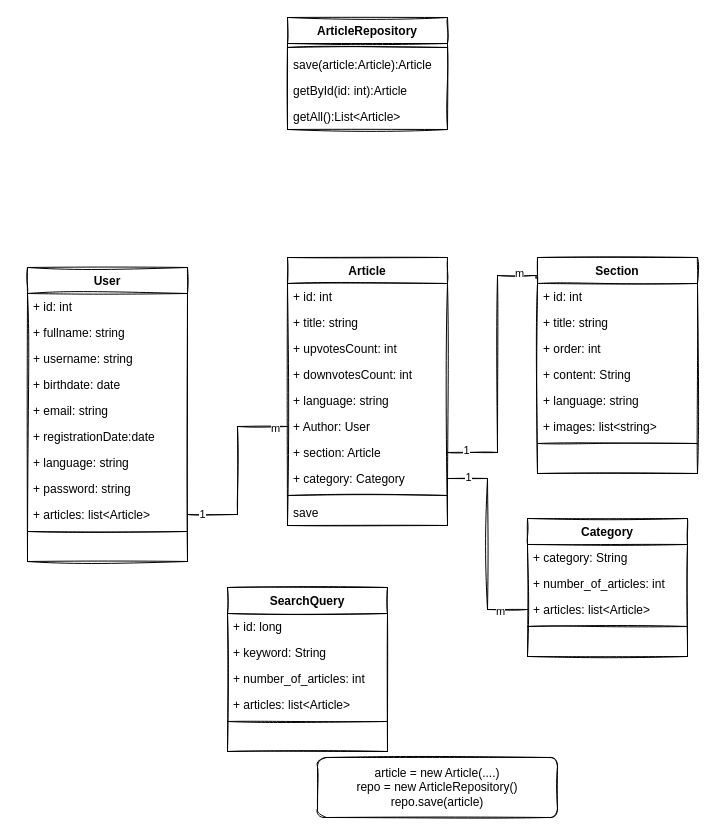
The draw.io diagram page "Class Digram" (3 of 3) of Untitled Diagram.drawio in mosup16/wikiwiki-swe-project-digrams, before the edit. Source tidied: cells renumbered, new cells numbered last; positions are measured from the earlier drawing's top-left corner, leaving out a move shared by most shapes. Both pictures are drawn from the tidied source at 100%, with x=0, y=0 at pixel (27, 17).
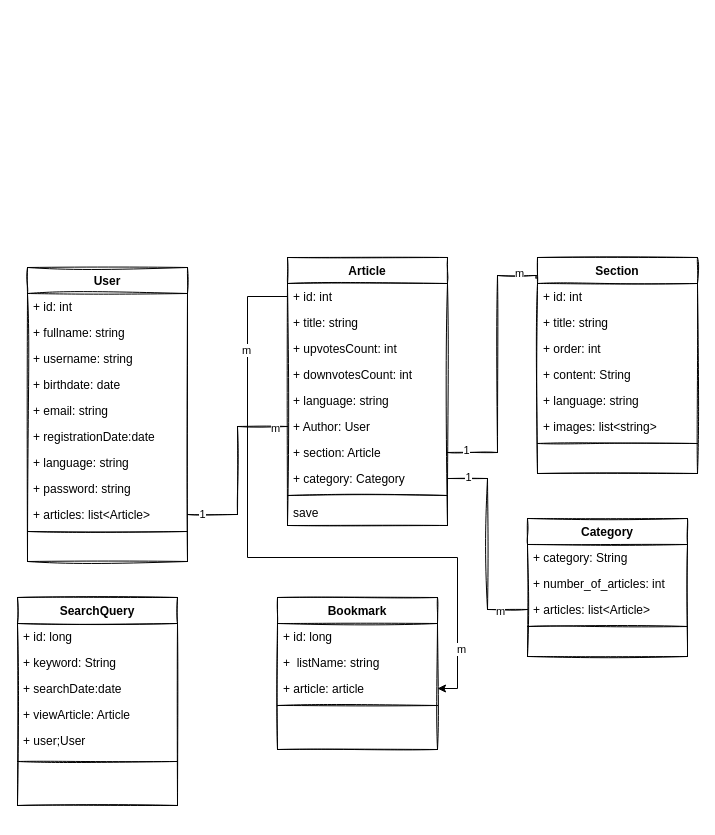
The same diagram, later.

The change refers to these unchanged cells:
```xml
<mxCell id="15" value="+ id: int" style="text;strokeColor=none;fillColor=none;align=left;verticalAlign=top;spacingLeft=4;spacingRight=4;overflow=hidden;points=[[0,0.5],[1,0.5]];portConstraint=eastwest;sketch=1;" parent="14" vertex="1">
  <mxGeometry y="26" width="160" height="26" as="geometry" />
</mxCell>
```

Diff of the diagram source:
```diff
@@
     <mxCell id="49" value="SearchQuery" style="swimlane;fontStyle=1;align=center;verticalAlign=top;horizontal=1;startSize=26;sketch=1;" parent="1" vertex="1">
-      <mxGeometry x="200" y="570" width="160" height="164" as="geometry" />
+      <mxGeometry x="-10" y="580" width="160" height="208" as="geometry" />
     </mxCell>
@@
-    <mxCell id="52" value="+ number_of_articles: int" style="text;strokeColor=none;fillColor=none;align=left;verticalAlign=top;spacingLeft=4;spacingRight=4;overflow=hidden;sketch=1;" parent="49" vertex="1">
+    <mxCell id="52" value="+ searchDate:date&#10;&#10;&#10;" style="text;strokeColor=none;fillColor=none;align=left;verticalAlign=top;spacingLeft=4;spacingRight=4;overflow=hidden;sketch=1;" parent="49" vertex="1">
       <mxGeometry y="78" width="160" height="26" as="geometry" />
     </mxCell>
-    <mxCell id="53" value="+ articles: list&lt;Article&gt;" style="text;strokeColor=none;fillColor=none;align=left;verticalAlign=top;spacingLeft=4;spacingRight=4;overflow=hidden;sketch=1;" parent="49" vertex="1">
+    <mxCell id="53" value="+ viewArticle: Article" style="text;strokeColor=none;fillColor=none;align=left;verticalAlign=top;spacingLeft=4;spacingRight=4;overflow=hidden;sketch=1;" parent="49" vertex="1">
       <mxGeometry y="104" width="160" height="26" as="geometry" />
     </mxCell>
+    <mxCell id="62" value="+ user;User" style="text;strokeColor=none;fillColor=none;align=left;verticalAlign=top;spacingLeft=4;spacingRight=4;overflow=hidden;sketch=1;" parent="49" vertex="1">
+      <mxGeometry y="130" width="160" height="30" as="geometry" />
+    </mxCell>
     <mxCell id="54" style="line;strokeWidth=1;fillColor=none;align=left;verticalAlign=middle;spacingTop=-1;spacingLeft=3;spacingRight=3;labelPosition=right;sketch=1;" parent="49" vertex="1">
-      <mxGeometry y="130" width="160" height="8" as="geometry" />
+      <mxGeometry y="160" width="160" height="8" as="geometry" />
     </mxCell>
     <mxCell id="55" value="  " style="text;strokeColor=none;fillColor=none;align=left;verticalAlign=top;spacingLeft=4;spacingRight=4;overflow=hidden;sketch=1;" parent="49" vertex="1">
-      <mxGeometry y="138" width="160" height="26" as="geometry" />
+      <mxGeometry y="168" width="160" height="40" as="geometry" />
     </mxCell>
-    <mxCell id="56" value="ArticleRepository" style="swimlane;fontStyle=1;align=center;verticalAlign=top;horizontal=1;startSize=26;sketch=1;" parent="1" vertex="1">
-      <mxGeometry x="260" width="160" height="112" as="geometry" />
-    </mxCell>
-    <mxCell id="57" style="line;strokeWidth=1;fillColor=none;align=left;verticalAlign=middle;spacingTop=-1;spacingLeft=3;spacingRight=3;labelPosition=right;sketch=1;" parent="56" vertex="1">
-      <mxGeometry y="26" width="160" height="8" as="geometry" />
-    </mxCell>
-    <mxCell id="58" value="save(article:Article):Article" style="text;strokeColor=none;fillColor=none;align=left;verticalAlign=top;spacingLeft=4;spacingRight=4;overflow=hidden;sketch=1;" parent="56" vertex="1">
-      <mxGeometry y="34" width="160" height="26" as="geometry" />
-    </mxCell>
-    <mxCell id="59" value="getById(id: int):Article" style="text;strokeColor=none;fillColor=none;align=left;verticalAlign=top;spacingLeft=4;spacingRight=4;overflow=hidden;sketch=1;" parent="56" vertex="1">
-      <mxGeometry y="60" width="160" height="26" as="geometry" />
-    </mxCell>
-    <mxCell id="60" value="getAll():List&lt;Article&gt;" style="text;strokeColor=none;fillColor=none;align=left;verticalAlign=top;spacingLeft=4;spacingRight=4;overflow=hidden;sketch=1;" parent="56" vertex="1">
-      <mxGeometry y="86" width="160" height="26" as="geometry" />
-    </mxCell>
-    <mxCell id="61" value="&lt;div&gt;article = new Article(....)&lt;br&gt;&lt;/div&gt;&lt;div&gt;repo = new ArticleRepository()&lt;/div&gt;&lt;div&gt;repo.save(article)&lt;br&gt;&lt;/div&gt;" style="rounded=1;whiteSpace=wrap;html=1;sketch=1;" parent="1" vertex="1">
-      <mxGeometry x="290" y="740" width="240" height="60" as="geometry" />
-    </mxCell>
+    <mxCell id="63" value="Bookmark" style="swimlane;fontStyle=1;align=center;verticalAlign=top;horizontal=1;startSize=26;sketch=1;" parent="1" vertex="1">
+      <mxGeometry x="250" y="580" width="160" height="152" as="geometry" />
+    </mxCell>
+    <mxCell id="64" value="+ id: long" style="text;strokeColor=none;fillColor=none;align=left;verticalAlign=top;spacingLeft=4;spacingRight=4;overflow=hidden;sketch=1;" parent="63" vertex="1">
+      <mxGeometry y="26" width="160" height="26" as="geometry" />
+    </mxCell>
+    <mxCell id="65" value="+  listName: string" style="text;strokeColor=none;fillColor=none;align=left;verticalAlign=top;spacingLeft=4;spacingRight=4;overflow=hidden;sketch=1;" parent="63" vertex="1">
+      <mxGeometry y="52" width="160" height="26" as="geometry" />
+    </mxCell>
+    <mxCell id="66" value="+ article: article" style="text;strokeColor=none;fillColor=none;align=left;verticalAlign=top;spacingLeft=4;spacingRight=4;overflow=hidden;points=[[0,0.5],[1,0.5]];portConstraint=eastwest;sketch=1;" parent="63" vertex="1">
+      <mxGeometry y="78" width="160" height="26" as="geometry" />
+    </mxCell>
+    <mxCell id="67" style="line;strokeWidth=1;fillColor=none;align=left;verticalAlign=middle;spacingTop=-1;spacingLeft=3;spacingRight=3;labelPosition=right;sketch=1;" parent="63" vertex="1">
+      <mxGeometry y="104" width="160" height="8" as="geometry" />
+    </mxCell>
+    <mxCell id="68" value="  " style="text;strokeColor=none;fillColor=none;align=left;verticalAlign=top;spacingLeft=4;spacingRight=4;overflow=hidden;sketch=1;" parent="63" vertex="1">
+      <mxGeometry y="112" width="160" height="40" as="geometry" />
+    </mxCell>
+    <mxCell id="69" style="edgeStyle=orthogonalEdgeStyle;rounded=0;jettySize=auto;html=1;entryX=1;entryY=0.5;entryDx=0;entryDy=0;" parent="1" edge="1" source="15" target="66">
+      <mxGeometry relative="1" as="geometry">
+        <Array as="points">
+          <mxPoint x="220" y="279" />
+          <mxPoint x="220" y="540" />
+          <mxPoint x="430" y="540" />
+          <mxPoint x="430" y="671" />
+        </Array>
+      </mxGeometry>
+    </mxCell>
+    <mxCell id="70" value="m" style="edgeLabel;html=1;align=center;verticalAlign=middle;" parent="69" vertex="1">
+      <mxGeometry x="-0.72" y="-2" relative="1" as="geometry" />
+    </mxCell>
+    <mxCell id="71" value="m" style="edgeLabel;html=1;align=center;verticalAlign=middle;" parent="69" vertex="1">
+      <mxGeometry x="0.82" y="3" relative="1" as="geometry" />
+    </mxCell>
```
